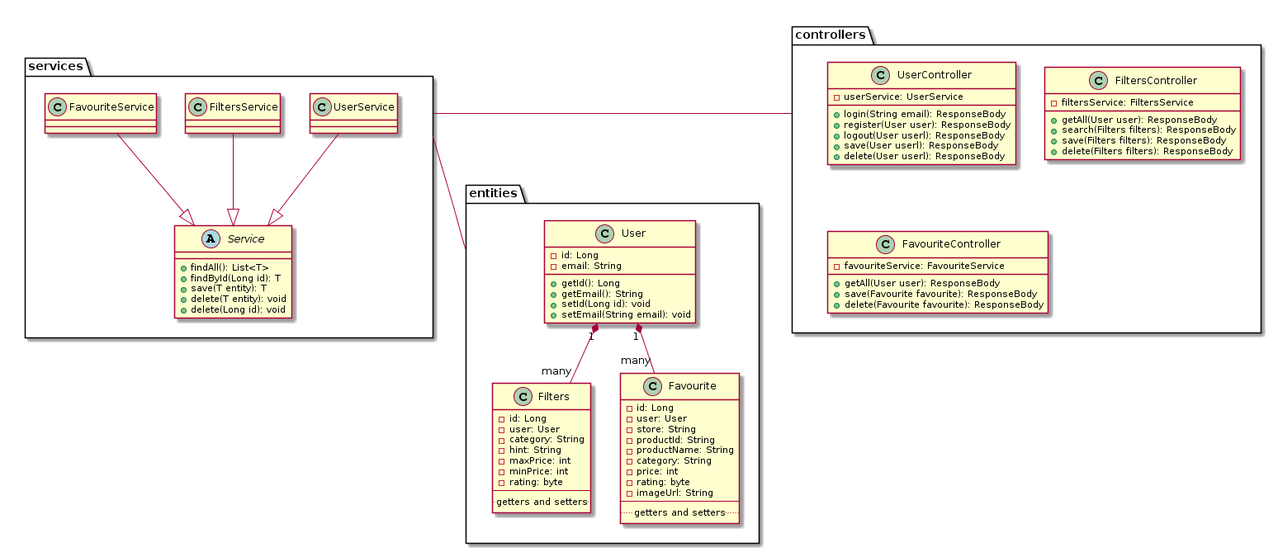
The PlantUML diagram docs/diagrams/class.png in ussur/s-mart, before a commit.
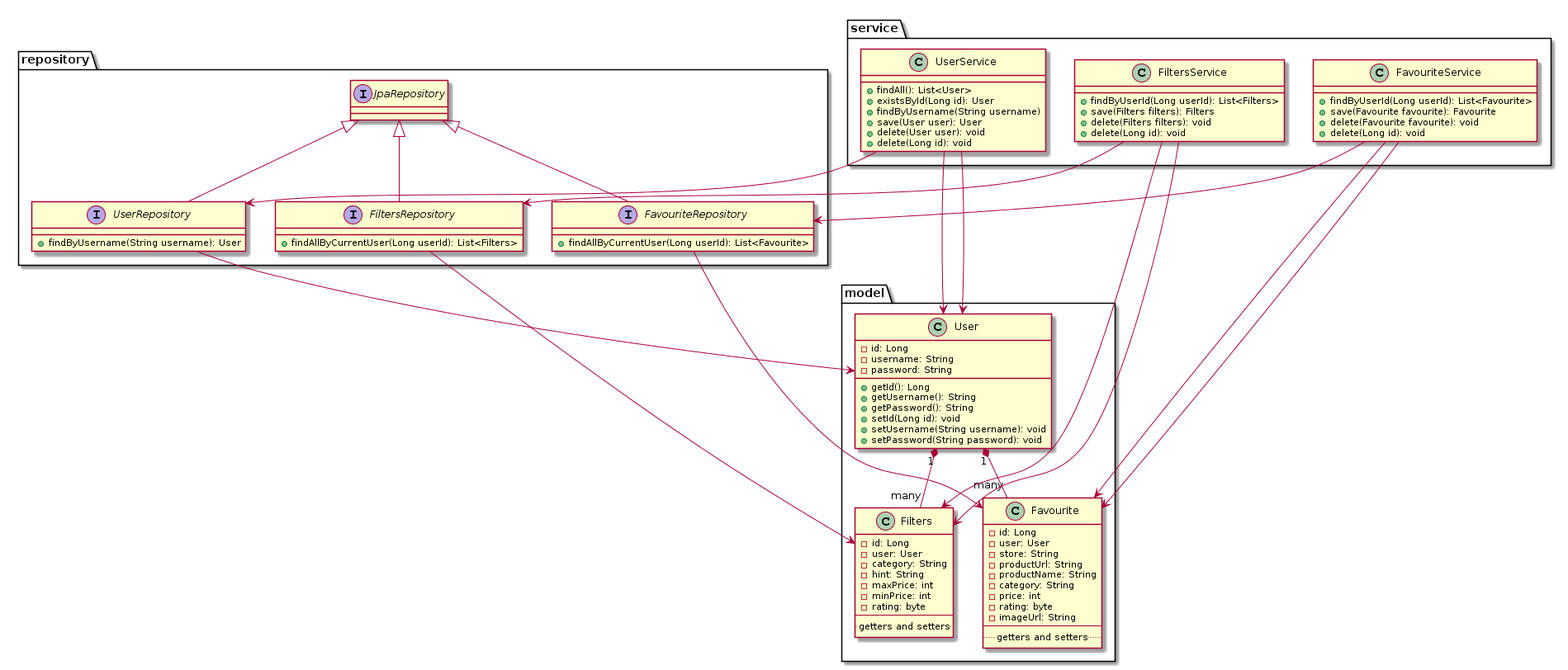
The same file after the commit.

What changed in the source:
```diff
@@ -1,16 +1,19 @@
 @startuml
-package entities {
+package model {
     class User
     class Filters
     class Favourite
 
     class User {
       -id: Long
-      -email: String
+      -username: String
+      -password: String
       +getId(): Long
-      +getEmail(): String
+      +getUsername(): String
+      +getPassword(): String
       +setId(Long id): void
-      +setEmail(String email): void
+      +setUsername(String username): void
+      +setPassword(String password): void
     }
 
     class Filters {
@@ -29,7 +32,7 @@
       -id: Long
       -user: User
       -store: String
-      -productId: String
+      -productUrl: String
       -productName: String
       -category: String
       -price: int
@@ -43,56 +46,71 @@
     User "1" *-- "many" Favourite
 }
 
-package services {
-    class Service
+package service {
     class UserService
     class FiltersService
     class FavouriteService
 
-    abstract class Service {
-        +findAll(): List<T>
-        +findById(Long id): T
-        +save(T entity): T
-        +delete(T entity): void
+    class UserService {
+        +findAll(): List<User>
+        +existsById(Long id): User
+	+findByUsername(String username)
+        +save(User user): User
+        +delete(User user): void
         +delete(Long id): void
     }
 
-    UserService --|> Service
-    FiltersService --|> Service
-    FavouriteService --|> Service
+    class FiltersService {
+        +findByUserId(Long userId): List<Filters>
+        +save(Filters filters): Filters
+        +delete(Filters filters): void
+        +delete(Long id): void
+    }
+
+    class FavouriteService {
+        +findByUserId(Long userId): List<Favourite>
+        +save(Favourite favourite): Favourite
+        +delete(Favourite favourite): void
+        +delete(Long id): void
+    }
+
+    UserService --> User
+    FiltersService --> Filters
+    FavouriteService --> Favourite
 }
 
-services -down- entities
+package repository {
+    interface UserRepository
+    interface FiltersRepository
+    interface FavouriteRepository
+    interface JpaRepository
 
-package controllers {
-    class UserController
-    class FiltersController
-    class FavouriteController
-
-    class UserController {
-        -userService: UserService
-        +login(String email): ResponseBody
-        +register(User user): ResponseBody
-        +logout(User userl): ResponseBody
-        +save(User userl): ResponseBody
-        +delete(User userl): ResponseBody
+    interface UserRepository {
+        +findByUsername(String username): User
     }
 
-    class FiltersController {
-        -filtersService: FiltersService
-        +getAll(User user): ResponseBody
-        +search(Filters filters): ResponseBody
-        +save(Filters filters): ResponseBody
-        +delete(Filters filters): ResponseBody
+    interface FiltersRepository {
+        +findAllByCurrentUser(Long userId): List<Filters>
     }
 
-    class FavouriteController {
-        -favouriteService: FavouriteService
-        +getAll(User user): ResponseBody
-        +save(Favourite favourite): ResponseBody
-        +delete(Favourite favourite): ResponseBody
+    interface FavouriteRepository {
+        +findAllByCurrentUser(Long userId): List<Favourite>
     }
+
+    JpaRepository <|-- UserRepository
+    JpaRepository <|-- FiltersRepository
+    JpaRepository <|-- FavouriteRepository
 }
 
-services -left- controllers
+UserService --> User
+FiltersService --> Filters
+FavouriteService --> Favourite
+
+UserService --> UserRepository
+FiltersService --> FiltersRepository
+FavouriteService --> FavouriteRepository
+
+UserRepository --> User
+FiltersRepository --> Filters
+FavouriteRepository --> Favourite
 @enduml
```
